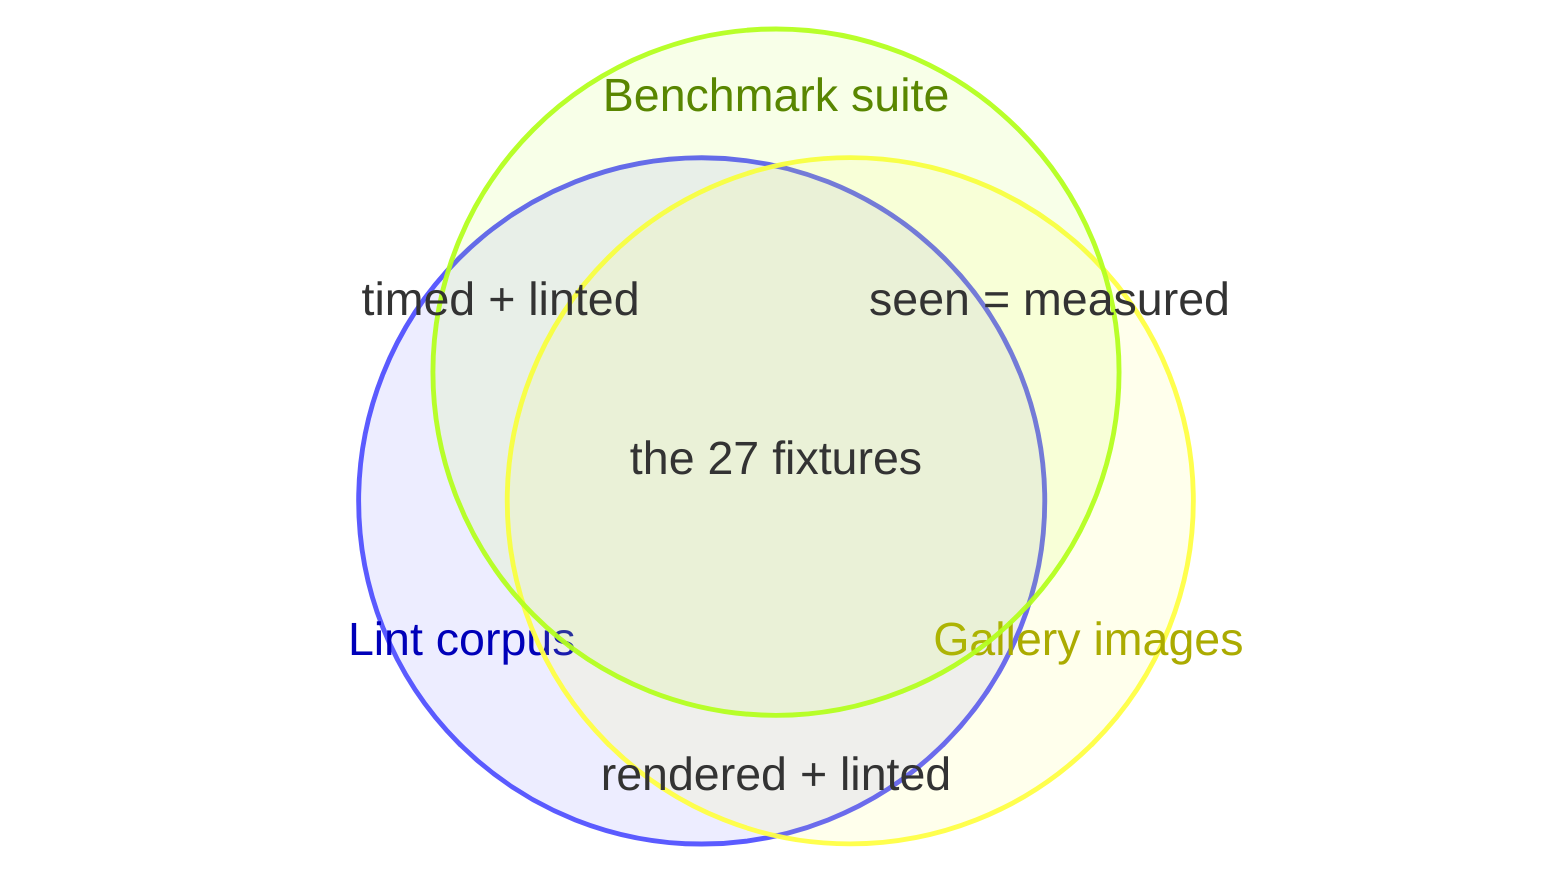
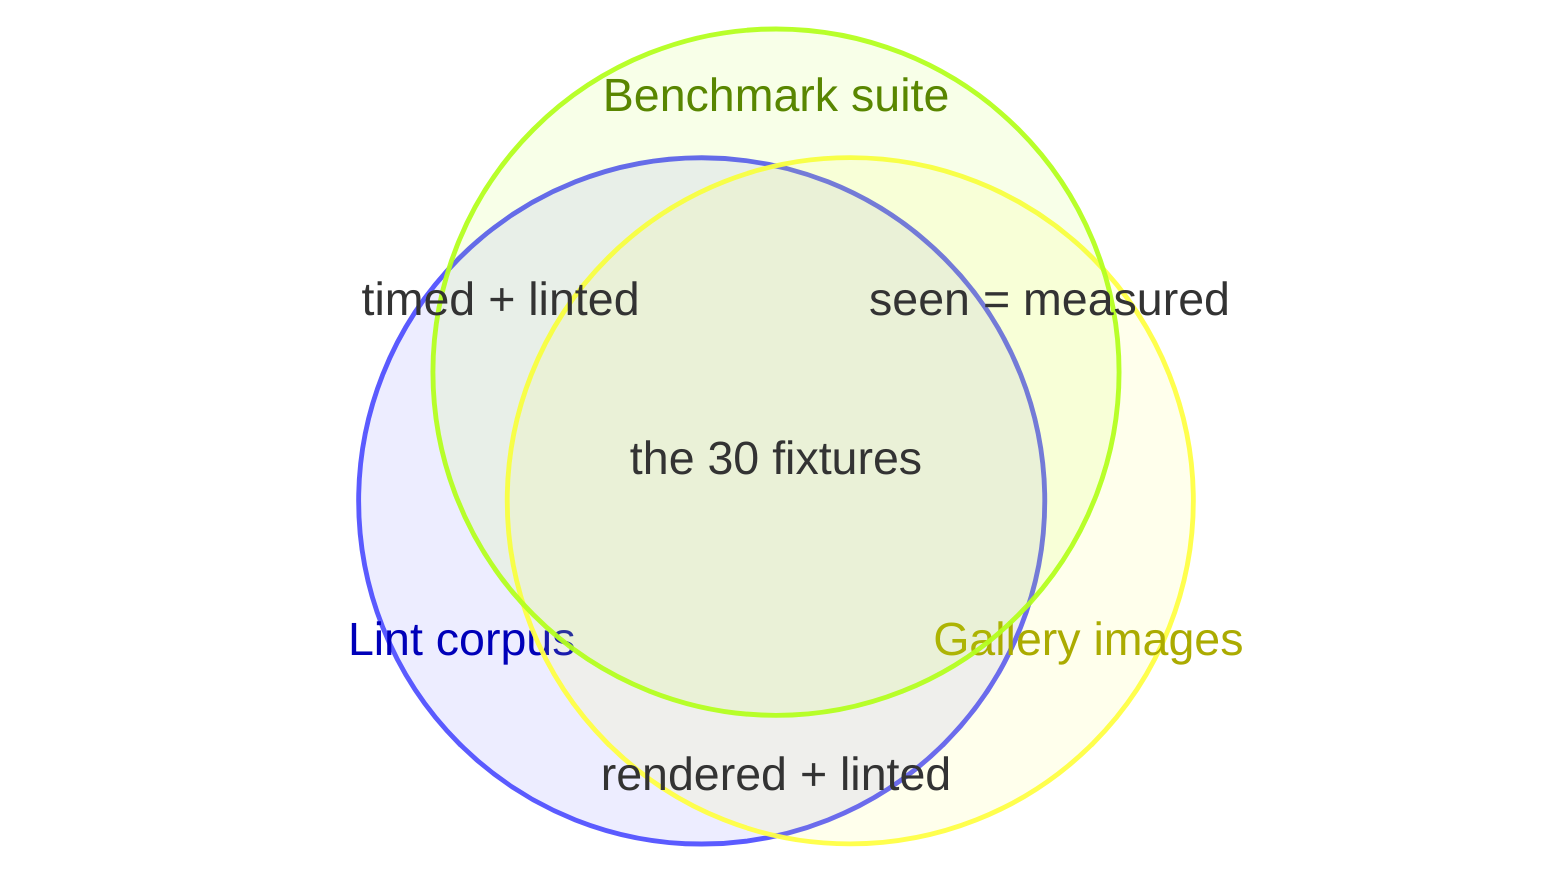
venn-beta
    set corpus ["Lint corpus"] : 3
    set gallery ["Gallery images"] : 3
    set bench ["Benchmark suite"] : 3
    union corpus, gallery ["rendered + linted"]
    union corpus, bench ["timed + linted"]
    union gallery, bench ["seen = measured"]
-     union corpus, gallery, bench ["the 27 fixtures"]
+     union corpus, gallery, bench ["the 30 fixtures"]
